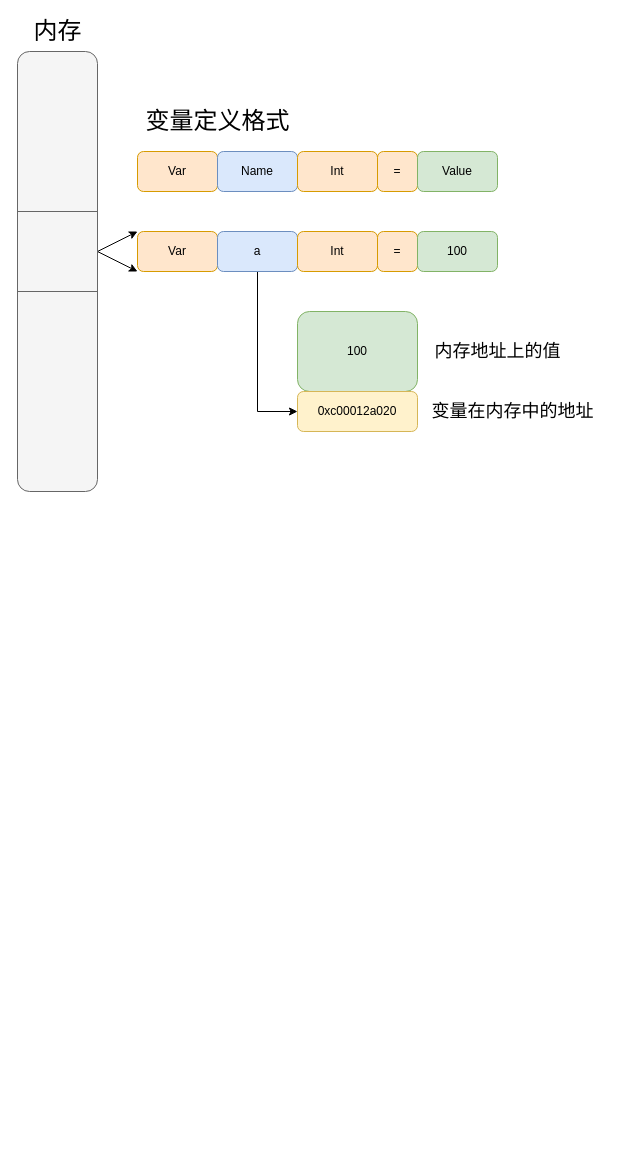
This is page "变量" (1 of 2) of 2-variable/variable.drawio from Zhouchaowen/golang-tutorial, a draw.io file, before an edit. Source tidied: cells renumbered, new cells numbered last; positions are measured from the earlier drawing's top-left corner, leaving out a move shared by most shapes. Both pictures are drawn from the tidied source at 100%, with x=0, y=0 at pixel (17, 21).
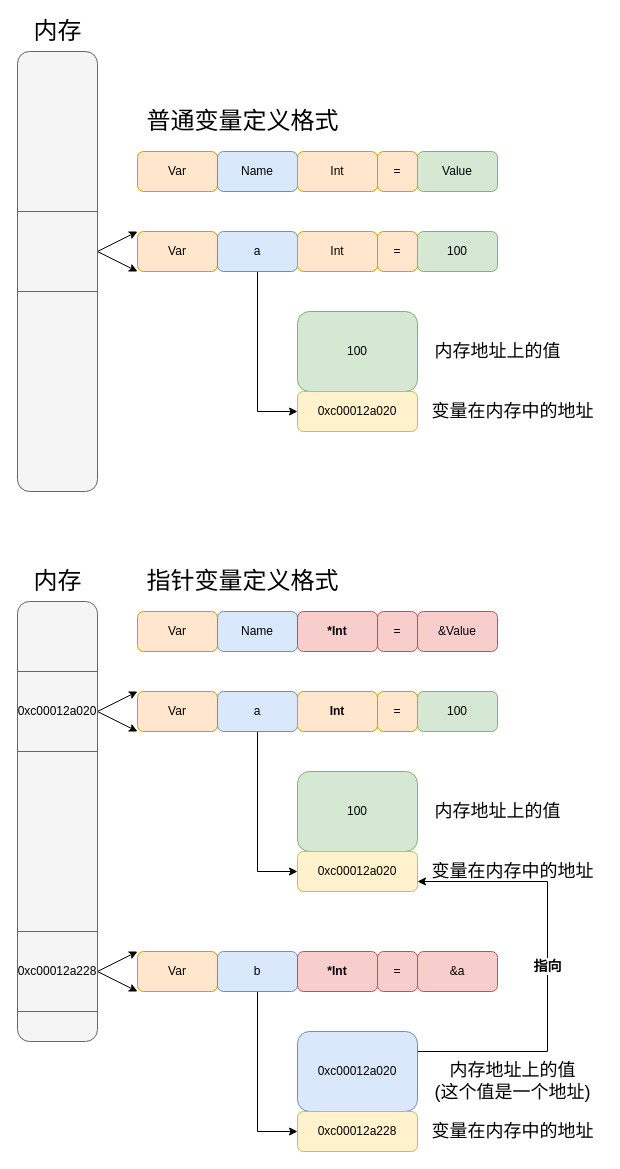
The same page after the edit.

Diff of the diagram source:
```diff
@@
-    <mxCell id="15" value="&lt;font style=&quot;font-size: 24px&quot;&gt;变量定义格式&lt;/font&gt;" style="text;html=1;align=center;verticalAlign=middle;strokeColor=none;" parent="1" vertex="1">
-      <mxGeometry x="120" y="90" width="160" height="20" as="geometry" />
+    <mxCell id="15" value="&lt;font style=&quot;font-size: 24px&quot;&gt;普通变量定义格式&lt;/font&gt;" style="text;html=1;align=center;verticalAlign=middle;strokeColor=none;" parent="1" vertex="1">
+      <mxGeometry x="120" y="90" width="210" height="20" as="geometry" />
     </mxCell>
@@
+    <mxCell id="23" value="&lt;b&gt;&lt;font style=&quot;font-size: 14px&quot;&gt;指向&lt;/font&gt;&lt;/b&gt;" style="edgeStyle=orthogonalEdgeStyle;rounded=0;jettySize=auto;html=1;exitX=1;exitY=0.25;exitDx=0;exitDy=0;entryX=1;entryY=0.75;entryDx=0;entryDy=0;" parent="1" edge="1" source="24" target="52">
+      <mxGeometry relative="1" as="geometry">
+        <Array as="points">
+          <mxPoint x="530" y="1030" />
+          <mxPoint x="530" y="860" />
+        </Array>
+      </mxGeometry>
+    </mxCell>
+    <mxCell id="24" value="0xc00012a020" style="rounded=1;whiteSpace=wrap;html=1;fillColor=#dae8fc;strokeColor=#6c8ebf;" parent="1" vertex="1">
+      <mxGeometry x="280" y="1010" width="120" height="80" as="geometry" />
+    </mxCell>
+    <mxCell id="25" value="Var" style="rounded=1;whiteSpace=wrap;html=1;fillColor=#ffe6cc;strokeColor=#d79b00;" parent="1" vertex="1">
+      <mxGeometry x="120" y="590" width="80" height="40" as="geometry" />
+    </mxCell>
+    <mxCell id="26" value="Name" style="rounded=1;whiteSpace=wrap;html=1;fillColor=#dae8fc;strokeColor=#6c8ebf;" parent="1" vertex="1">
+      <mxGeometry x="200" y="590" width="80" height="40" as="geometry" />
+    </mxCell>
+    <mxCell id="27" value="=" style="rounded=1;whiteSpace=wrap;html=1;fillColor=#f8cecc;strokeColor=#b85450;" parent="1" vertex="1">
+      <mxGeometry x="360" y="590" width="40" height="40" as="geometry" />
+    </mxCell>
+    <mxCell id="28" value="&amp;amp;Value" style="rounded=1;whiteSpace=wrap;html=1;fillColor=#f8cecc;strokeColor=#b85450;" parent="1" vertex="1">
+      <mxGeometry x="400" y="590" width="80" height="40" as="geometry" />
+    </mxCell>
+    <mxCell id="29" value="&lt;b&gt;*Int&lt;/b&gt;" style="rounded=1;whiteSpace=wrap;html=1;fillColor=#f8cecc;strokeColor=#b85450;" parent="1" vertex="1">
+      <mxGeometry x="280" y="590" width="80" height="40" as="geometry" />
+    </mxCell>
+    <mxCell id="30" value="Var" style="rounded=1;whiteSpace=wrap;html=1;fillColor=#ffe6cc;strokeColor=#d79b00;" parent="1" vertex="1">
+      <mxGeometry x="120" y="930" width="80" height="40" as="geometry" />
+    </mxCell>
+    <mxCell id="31" style="edgeStyle=orthogonalEdgeStyle;rounded=0;jettySize=auto;html=1;exitX=0.5;exitY=1;exitDx=0;exitDy=0;entryX=0;entryY=0.5;entryDx=0;entryDy=0;" parent="1" edge="1" source="32" target="36">
+      <mxGeometry relative="1" as="geometry" />
+    </mxCell>
+    <mxCell id="32" value="b" style="rounded=1;whiteSpace=wrap;html=1;fillColor=#dae8fc;strokeColor=#6c8ebf;" parent="1" vertex="1">
+      <mxGeometry x="200" y="930" width="80" height="40" as="geometry" />
+    </mxCell>
+    <mxCell id="33" value="=" style="rounded=1;whiteSpace=wrap;html=1;fillColor=#f8cecc;strokeColor=#b85450;" parent="1" vertex="1">
+      <mxGeometry x="360" y="930" width="40" height="40" as="geometry" />
+    </mxCell>
+    <mxCell id="34" value="&amp;amp;a" style="rounded=1;whiteSpace=wrap;html=1;fillColor=#f8cecc;strokeColor=#b85450;" parent="1" vertex="1">
+      <mxGeometry x="400" y="930" width="80" height="40" as="geometry" />
+    </mxCell>
+    <mxCell id="35" value="&lt;b&gt;*Int&lt;/b&gt;" style="rounded=1;whiteSpace=wrap;html=1;fillColor=#f8cecc;strokeColor=#b85450;" parent="1" vertex="1">
+      <mxGeometry x="280" y="930" width="80" height="40" as="geometry" />
+    </mxCell>
+    <mxCell id="36" value="0xc00012a228" style="rounded=1;whiteSpace=wrap;html=1;fillColor=#fff2cc;strokeColor=#d6b656;" parent="1" vertex="1">
+      <mxGeometry x="280" y="1090" width="120" height="40" as="geometry" />
+    </mxCell>
+    <mxCell id="37" value="&lt;font style=&quot;font-size: 24px&quot;&gt;指针变量定义格式&lt;/font&gt;" style="text;html=1;align=center;verticalAlign=middle;strokeColor=none;" parent="1" vertex="1">
+      <mxGeometry x="120" y="550" width="210" height="20" as="geometry" />
+    </mxCell>
+    <mxCell id="38" value="&lt;font style=&quot;font-size: 18px&quot;&gt;变量在内存中的地址&lt;/font&gt;" style="text;html=1;align=center;verticalAlign=middle;strokeColor=none;" parent="1" vertex="1">
+      <mxGeometry x="405" y="1100" width="180" height="20" as="geometry" />
+    </mxCell>
+    <mxCell id="39" value="&lt;font style=&quot;font-size: 18px&quot;&gt;内存地址上的值&lt;br&gt;(这个值是一个地址)&lt;/font&gt;" style="text;html=1;align=center;verticalAlign=middle;strokeColor=none;" parent="1" vertex="1">
+      <mxGeometry x="410" y="1040" width="170" height="40" as="geometry" />
+    </mxCell>
+    <mxCell id="40" style="rounded=1;whiteSpace=wrap;html=1;fillColor=#f5f5f5;strokeColor=#666666;fontColor=#333333;" parent="1" vertex="1">
+      <mxGeometry y="580" width="80" height="440" as="geometry" />
+    </mxCell>
+    <mxCell id="41" style="rounded=0;jettySize=auto;html=1;exitX=1;exitY=0.5;exitDx=0;exitDy=0;entryX=0;entryY=0;entryDx=0;entryDy=0;" parent="1" edge="1" source="43" target="30">
+      <mxGeometry relative="1" as="geometry" />
+    </mxCell>
+    <mxCell id="42" style="edgeStyle=none;rounded=0;jettySize=auto;html=1;exitX=1;exitY=0.5;exitDx=0;exitDy=0;entryX=0;entryY=1;entryDx=0;entryDy=0;" parent="1" edge="1" source="43" target="30">
+      <mxGeometry relative="1" as="geometry" />
+    </mxCell>
+    <mxCell id="43" value="&lt;span style=&quot;color: rgb(0 , 0 , 0)&quot;&gt;0xc00012a228&lt;/span&gt;" style="rounded=0;whiteSpace=wrap;html=1;fillColor=#f5f5f5;strokeColor=#666666;fontColor=#333333;" parent="1" vertex="1">
+      <mxGeometry y="910" width="80" height="80" as="geometry" />
+    </mxCell>
+    <mxCell id="44" value="&lt;font style=&quot;font-size: 24px&quot;&gt;内存&lt;/font&gt;" style="text;html=1;align=center;verticalAlign=middle;strokeColor=none;" parent="1" vertex="1">
+      <mxGeometry x="10" y="550" width="60" height="20" as="geometry" />
+    </mxCell>
+    <mxCell id="45" value="100" style="rounded=1;whiteSpace=wrap;html=1;fillColor=#d5e8d4;strokeColor=#82b366;" parent="1" vertex="1">
+      <mxGeometry x="280" y="750" width="120" height="80" as="geometry" />
+    </mxCell>
+    <mxCell id="46" value="Var" style="rounded=1;whiteSpace=wrap;html=1;fillColor=#ffe6cc;strokeColor=#d79b00;" parent="1" vertex="1">
+      <mxGeometry x="120" y="670" width="80" height="40" as="geometry" />
+    </mxCell>
+    <mxCell id="47" style="edgeStyle=orthogonalEdgeStyle;rounded=0;jettySize=auto;html=1;exitX=0.5;exitY=1;exitDx=0;exitDy=0;entryX=0;entryY=0.5;entryDx=0;entryDy=0;" parent="1" edge="1" source="48" target="52">
+      <mxGeometry relative="1" as="geometry" />
+    </mxCell>
+    <mxCell id="48" value="a" style="rounded=1;whiteSpace=wrap;html=1;fillColor=#dae8fc;strokeColor=#6c8ebf;" parent="1" vertex="1">
+      <mxGeometry x="200" y="670" width="80" height="40" as="geometry" />
+    </mxCell>
+    <mxCell id="49" value="=" style="rounded=1;whiteSpace=wrap;html=1;fillColor=#ffe6cc;strokeColor=#d79b00;" parent="1" vertex="1">
+      <mxGeometry x="360" y="670" width="40" height="40" as="geometry" />
+    </mxCell>
+    <mxCell id="50" value="100" style="rounded=1;whiteSpace=wrap;html=1;fillColor=#d5e8d4;strokeColor=#82b366;" parent="1" vertex="1">
+      <mxGeometry x="400" y="670" width="80" height="40" as="geometry" />
+    </mxCell>
+    <mxCell id="51" value="&lt;b&gt;Int&lt;/b&gt;" style="rounded=1;whiteSpace=wrap;html=1;fillColor=#ffe6cc;strokeColor=#d79b00;" parent="1" vertex="1">
+      <mxGeometry x="280" y="670" width="80" height="40" as="geometry" />
+    </mxCell>
+    <mxCell id="52" value="0xc00012a020" style="rounded=1;whiteSpace=wrap;html=1;fillColor=#fff2cc;strokeColor=#d6b656;" parent="1" vertex="1">
+      <mxGeometry x="280" y="830" width="120" height="40" as="geometry" />
+    </mxCell>
+    <mxCell id="53" value="&lt;font style=&quot;font-size: 18px&quot;&gt;变量在内存中的地址&lt;/font&gt;" style="text;html=1;align=center;verticalAlign=middle;strokeColor=none;" parent="1" vertex="1">
+      <mxGeometry x="405" y="840" width="180" height="20" as="geometry" />
+    </mxCell>
+    <mxCell id="54" value="&lt;font style=&quot;font-size: 18px&quot;&gt;内存地址上的值&lt;/font&gt;" style="text;html=1;align=center;verticalAlign=middle;strokeColor=none;" parent="1" vertex="1">
+      <mxGeometry x="410" y="780" width="140" height="20" as="geometry" />
+    </mxCell>
+    <mxCell id="55" style="rounded=0;jettySize=auto;html=1;exitX=1;exitY=0.5;exitDx=0;exitDy=0;entryX=0;entryY=0;entryDx=0;entryDy=0;" parent="1" edge="1" source="57" target="46">
+      <mxGeometry relative="1" as="geometry" />
+    </mxCell>
+    <mxCell id="56" style="edgeStyle=none;rounded=0;jettySize=auto;html=1;exitX=1;exitY=0.5;exitDx=0;exitDy=0;entryX=0;entryY=1;entryDx=0;entryDy=0;" parent="1" edge="1" source="57" target="46">
+      <mxGeometry relative="1" as="geometry" />
+    </mxCell>
+    <mxCell id="57" value="&lt;span style=&quot;color: rgb(0 , 0 , 0)&quot;&gt;0xc00012a020&lt;/span&gt;" style="rounded=0;whiteSpace=wrap;html=1;fillColor=#f5f5f5;strokeColor=#666666;fontColor=#333333;" parent="1" vertex="1">
+      <mxGeometry y="650" width="80" height="80" as="geometry" />
+    </mxCell>
```
